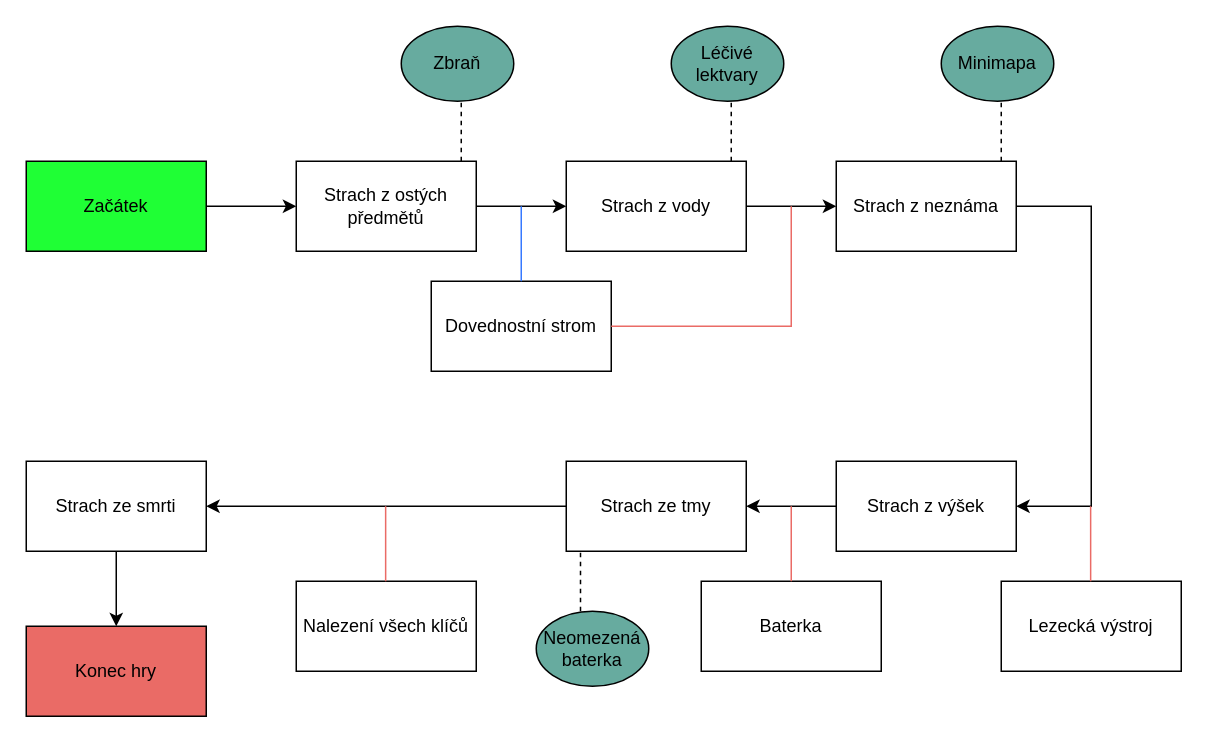
Earlier version of the draw.io diagram pruchod.drawio (Jurgee/BP). Source tidied: cells renumbered, new cells numbered last; positions are measured from the earlier drawing's top-left corner, leaving out a move shared by most shapes. Both pictures are drawn from the tidied source at 150%, with x=0, y=0 at pixel (26, 26).
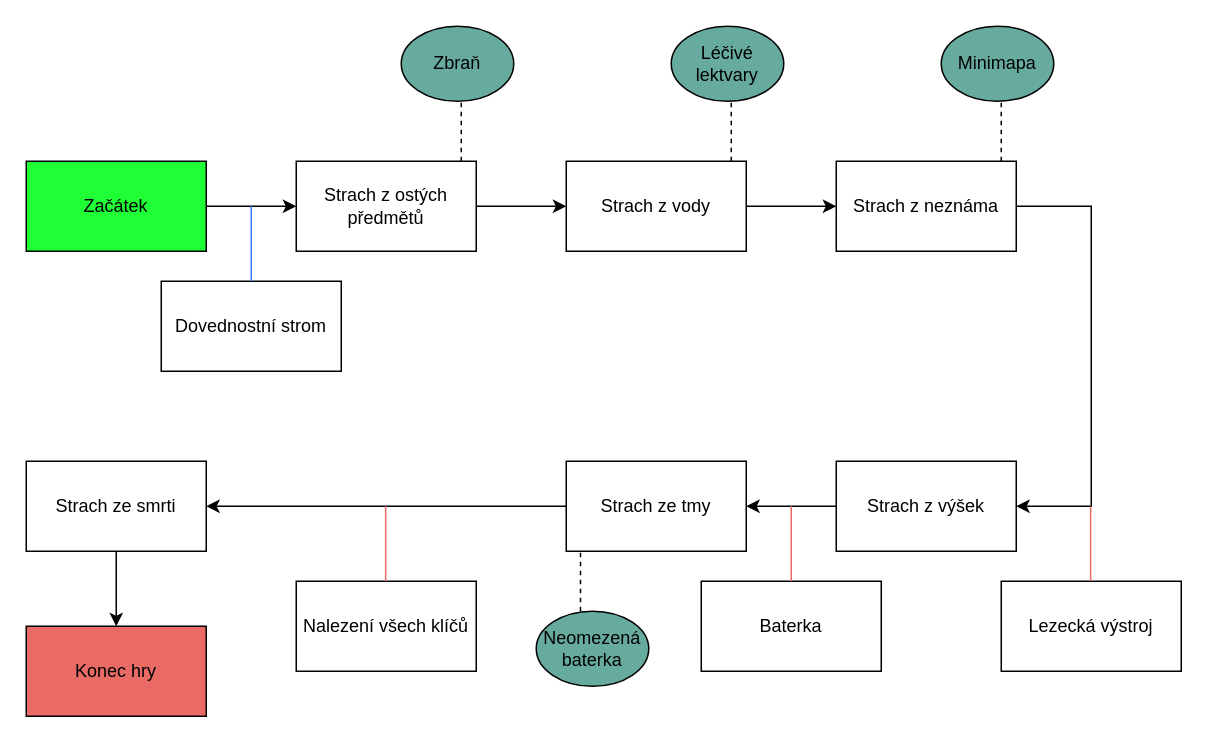
The same page after the edit.

Diff of the diagram source:
```diff
@@
     <mxCell id="18" value="Dovednostní strom" style="rounded=0;whiteSpace=wrap;html=1;fillColor=none;" parent="1" vertex="1">
-      <mxGeometry x="270" y="170" width="120" height="60" as="geometry" />
+      <mxGeometry x="90" y="170" width="120" height="60" as="geometry" />
     </mxCell>
@@
     <mxCell id="29" style="endArrow=none;html=1;rounded=0;exitX=0.5;exitY=0;exitDx=0;exitDy=0;strokeColor=#3679FF;" parent="1" edge="1" source="18">
       <mxGeometry relative="1" as="geometry">
-        <mxPoint x="330" y="120" as="targetPoint" />
+        <mxPoint x="150" y="120" as="targetPoint" />
       </mxGeometry>
     </mxCell>
-    <mxCell id="30" style="endArrow=none;html=1;rounded=0;exitX=1;exitY=0.5;exitDx=0;exitDy=0;strokeColor=#EA6B66;" parent="1" edge="1" source="18">
-      <mxGeometry relative="1" as="geometry">
-        <mxPoint x="510" y="120" as="targetPoint" />
-        <Array as="points">
-          <mxPoint x="510" y="200" />
-        </Array>
-      </mxGeometry>
-    </mxCell>
```
